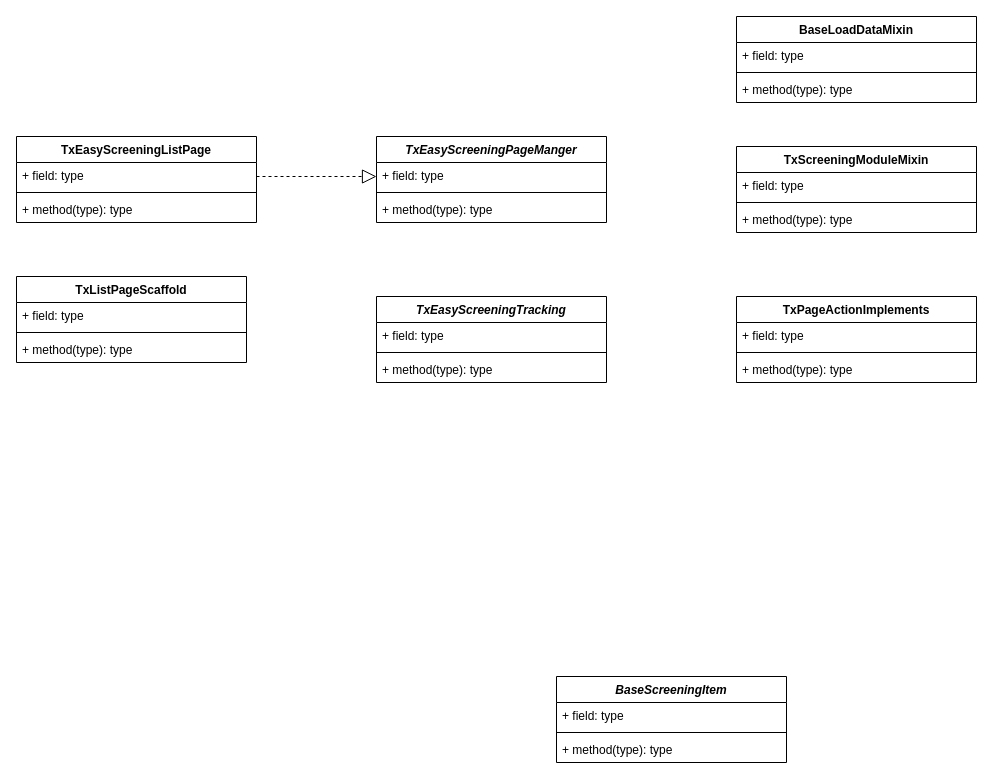
The draw.io diagram demo.drawio in Jinxishihenian/mind_mapping, before the edit. Source tidied: cells renumbered, new cells numbered last; positions are measured from the earlier drawing's top-left corner, leaving out a move shared by most shapes. Both pictures are drawn from the tidied source at 100%, with x=0, y=0 at pixel (16, 16).
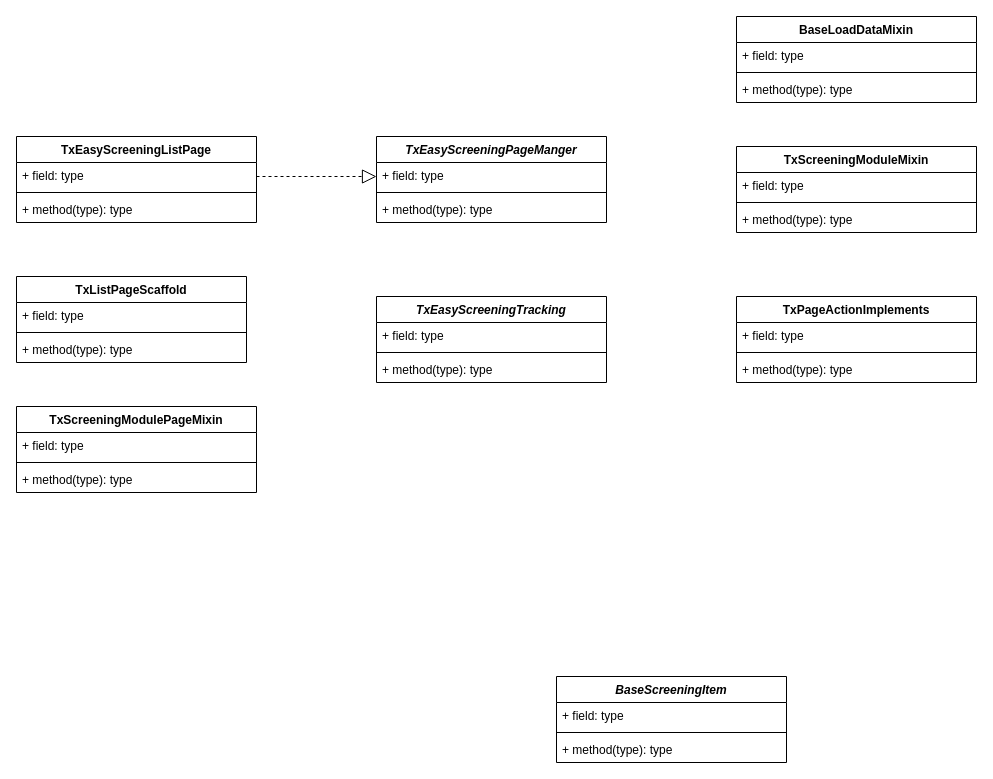
The same diagram, later.

Change to the diagram source:
```diff
@@
+    <mxCell id="35" value="TxScreeningModulePageMixin" style="swimlane;fontStyle=1;align=center;verticalAlign=top;horizontal=1;startSize=26;" parent="1" vertex="1">
+      <mxGeometry y="390" width="240" height="86" as="geometry" />
+    </mxCell>
+    <mxCell id="36" value="+ field: type" style="text;strokeColor=none;fillColor=none;align=left;verticalAlign=top;spacingLeft=4;spacingRight=4;overflow=hidden;" parent="35" vertex="1">
+      <mxGeometry y="26" width="240" height="26" as="geometry" />
+    </mxCell>
+    <mxCell id="37" style="line;strokeWidth=1;fillColor=none;align=left;verticalAlign=middle;spacingTop=-1;spacingLeft=3;spacingRight=3;labelPosition=right;" parent="35" vertex="1">
+      <mxGeometry y="52" width="240" height="8" as="geometry" />
+    </mxCell>
+    <mxCell id="38" value="+ method(type): type" style="text;strokeColor=none;fillColor=none;align=left;verticalAlign=top;spacingLeft=4;spacingRight=4;overflow=hidden;" parent="35" vertex="1">
+      <mxGeometry y="60" width="240" height="26" as="geometry" />
+    </mxCell>
```
